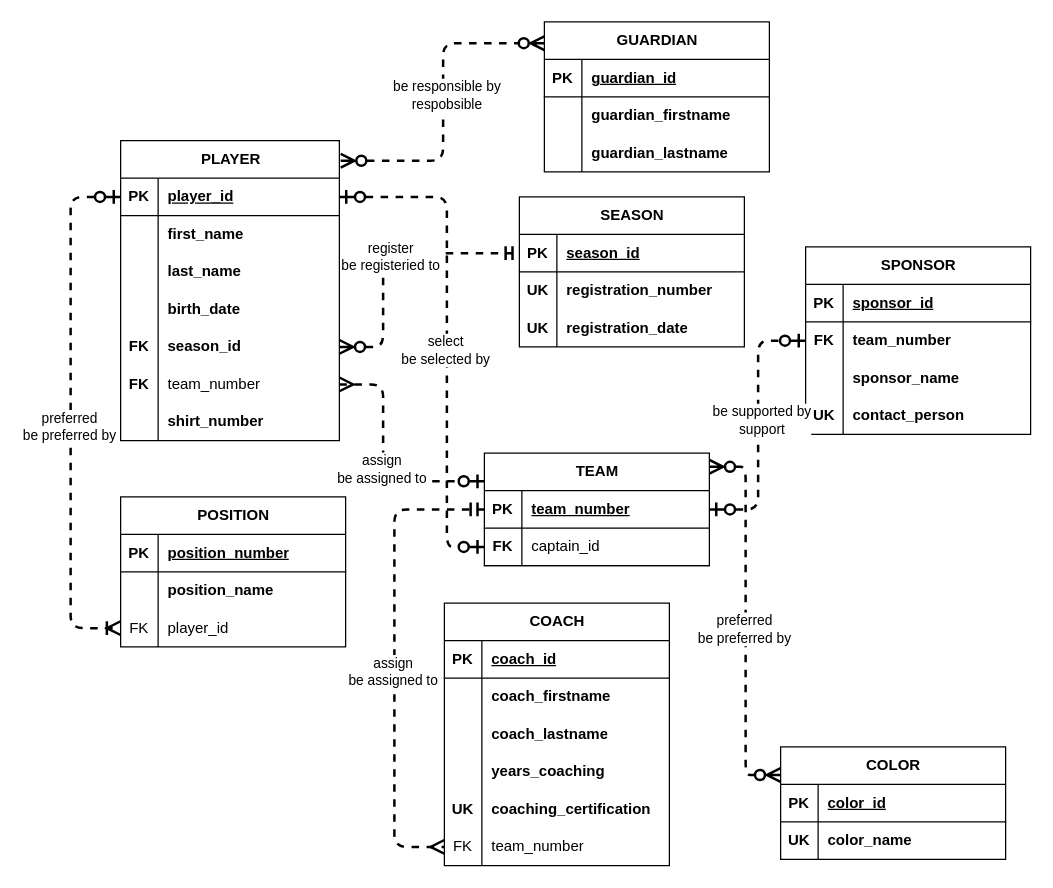
Before: page "P0308a" (1 of 2) of relational-database-design/c3/P0308.drawio in qichendev/assignments, a draw.io diagram. Source tidied: cells renumbered, new cells numbered last; positions are measured from the earlier drawing's top-left corner, leaving out a move shared by most shapes. Both pictures are drawn from the tidied source at 125%, with x=0, y=0 at pixel (70, 21).
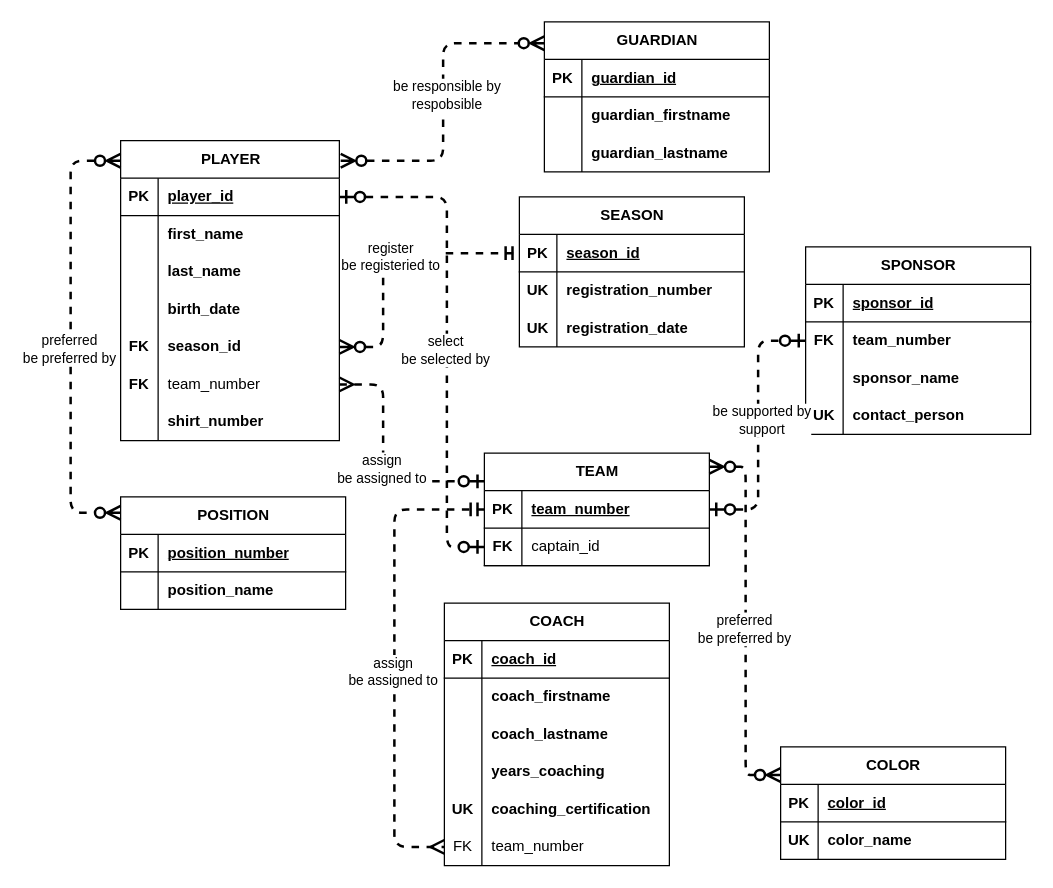
The same diagram, later.

The change refers to these unchanged cells:
```xml
<mxCell id="2" value="PLAYER" style="shape=table;startSize=30;childLayout=tableLayout;rowLines=0;fontStyle=1;align=center;html=1;" parent="1" vertex="1">
  <mxGeometry x="40" y="95" width="175" height="240" as="geometry" />
</mxCell>
<mxCell id="3" style="shape=tableRow;horizontal=0;startSize=0;swimlaneHead=0;swimlaneBody=0;fillColor=none;points=[[0,0.5],[1,0.5]];portConstraint=eastwest;top=0;left=0;right=0;bottom=1;" parent="2" vertex="1">
  <mxGeometry y="30" width="175" height="30" as="geometry" />
</mxCell>
```

The edit, as a diff of the source:
```diff
@@
     <mxCell id="58" value="POSITION" style="shape=table;startSize=30;childLayout=tableLayout;rowLines=0;fontStyle=1;align=center;html=1;" parent="1" vertex="1">
-      <mxGeometry x="40" y="380" width="180" height="120" as="geometry" />
+      <mxGeometry x="40" y="380" width="180" height="90" as="geometry" />
     </mxCell>
@@
-    <mxCell id="65" style="shape=tableRow;horizontal=0;startSize=0;swimlaneHead=0;swimlaneBody=0;fillColor=none;points=[[0,0.5],[1,0.5]];portConstraint=eastwest;top=0;left=0;right=0;bottom=0;" parent="58" vertex="1">
-      <mxGeometry y="90" width="180" height="30" as="geometry" />
-    </mxCell>
-    <mxCell id="66" value="FK" style="shape=partialRectangle;fillColor=none;top=0;left=0;bottom=0;right=0;overflow=hidden;whiteSpace=wrap;html=1;fontStyle=0;" parent="65" vertex="1">
-      <mxGeometry width="30" height="30" as="geometry" />
-    </mxCell>
-    <mxCell id="67" value="player_id" style="shape=partialRectangle;fillColor=none;top=0;left=0;bottom=0;right=0;align=left;spacingLeft=6;overflow=hidden;whiteSpace=wrap;html=1;fontStyle=0;" parent="65" vertex="1">
-      <mxGeometry x="30" width="150" height="30" as="geometry" />
-    </mxCell>
-    <mxCell id="68" style="edgeStyle=elbowEdgeStyle;fontSize=12;html=1;endArrow=ERoneToMany;startArrow=ERzeroToOne;rounded=1;endSize=8;startSize=8;strokeWidth=2;dashed=1;jumpStyle=none;curved=0;startFill=0;endFill=0;entryX=0;entryY=0.5;entryDx=0;entryDy=0;exitX=0;exitY=0.5;exitDx=0;exitDy=0;" parent="1" edge="1" source="3" target="65">
+    <mxCell id="68" style="edgeStyle=elbowEdgeStyle;fontSize=12;html=1;endArrow=ERzeroToMany;startArrow=ERzeroToMany;rounded=1;endSize=8;startSize=8;strokeWidth=2;dashed=1;jumpStyle=none;curved=0;startFill=0;endFill=0;entryX=0;entryY=0.142;entryDx=0;entryDy=0;entryPerimeter=0;exitX=0;exitY=0.067;exitDx=0;exitDy=0;exitPerimeter=0;" parent="1" edge="1" source="2" target="58">
       <mxGeometry relative="1" as="geometry">
         <Array as="points">
           <mxPoint y="315" />
         </Array>
       </mxGeometry>
     </mxCell>
```
